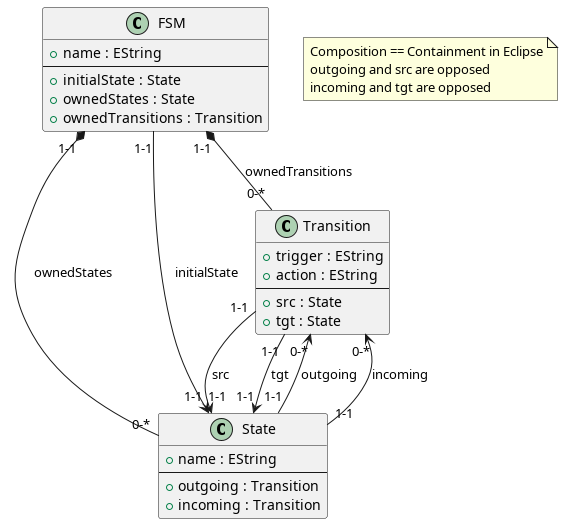
stephaniechallita/stephaniechallita.github.io keeps this PlantUML diagram as ase/diagram.png. Above is the earlier version.
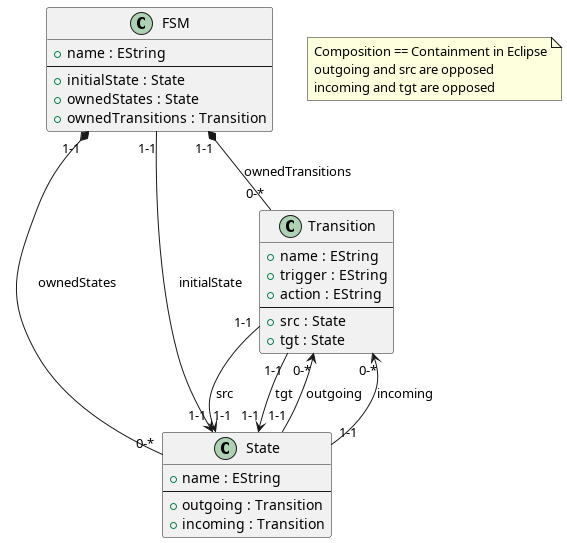
After the change.

Change to the diagram source:
```diff
@@ -16,6 +16,7 @@
 }
 
 class Transition {
+  + name : EString
   + trigger : EString
   + action : EString
   --
```
